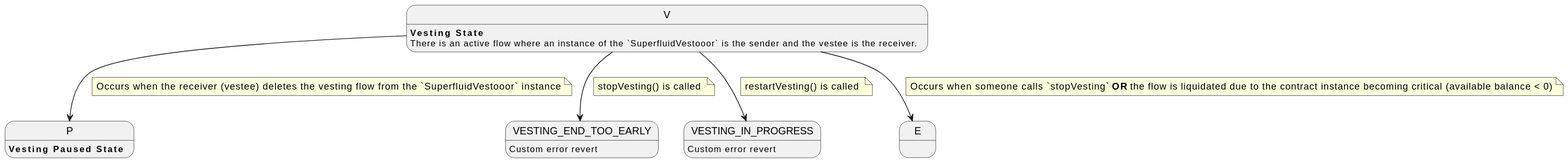
The PlantUML diagram superfluid-vester-a/evm-contracts/plantuml/vesting_state.svg in superfluid-finance/esg, before a commit.
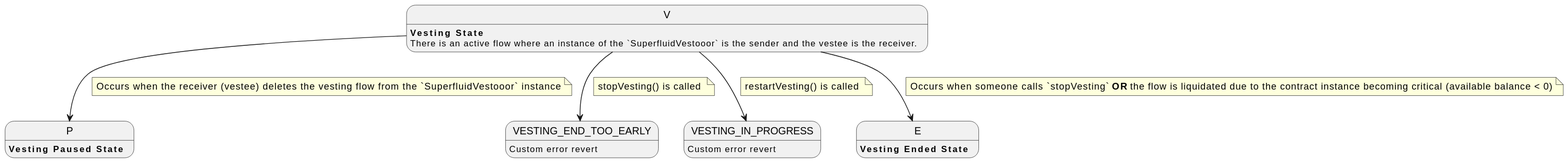
The same diagram one commit later.

Commit message:
vesting state svg fix

The edit, as a diff of the source:
```diff
@@ -21,6 +21,7 @@
 end note
 
 V --> E
+E: **Vesting Ended State**
 note on link
 Occurs when someone calls `stopVesting` **OR** the flow is liquidated due to the contract instance becoming critical (available balance < 0)
 end note
```
